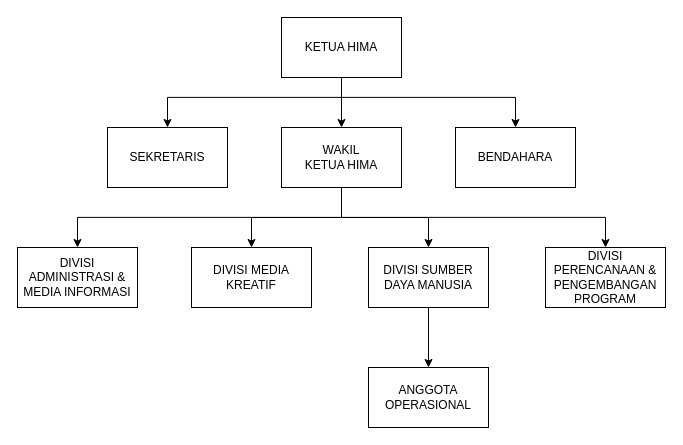
Above: page "STRUKTUR ORGANISASI" (3 of 3) of focus-tree.drawio in himsisfo-unsia/masterplan-2026-2027 (draw.io), before the change. Source tidied: cells renumbered, new cells numbered last; positions are measured from the earlier drawing's top-left corner, leaving out a move shared by most shapes. Both pictures are drawn from the tidied source at 100%, with x=0, y=0 at pixel (17, 17).
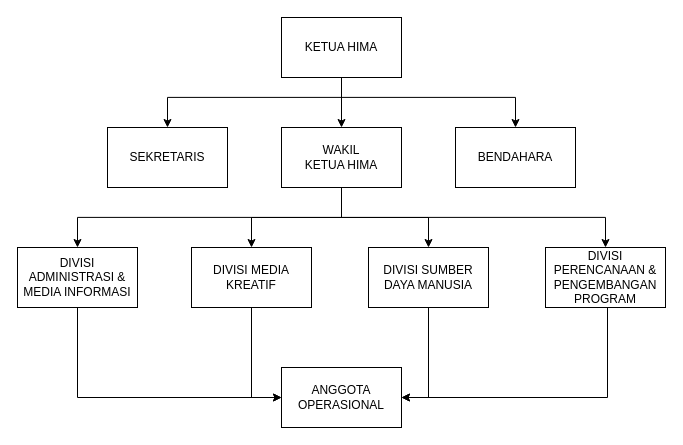
The same diagram, later.

Unchanged cells that the change refers to:
```xml
<mxCell id="13" value="DIVISI PERENCANAAN &amp;amp; PENGEMBANGAN PROGRAM" style="rounded=0;whiteSpace=wrap;html=1;" parent="1" vertex="1">
  <mxGeometry x="528" y="230" width="120" height="60" as="geometry" />
</mxCell>
<mxCell id="14" value="DIVISI MEDIA KREATIF" style="rounded=0;whiteSpace=wrap;html=1;" parent="1" vertex="1">
  <mxGeometry x="174" y="230" width="120" height="60" as="geometry" />
</mxCell>
<mxCell id="15" value="DIVISI ADMINISTRASI &amp;amp; MEDIA INFORMASI" style="rounded=0;whiteSpace=wrap;html=1;" parent="1" vertex="1">
  <mxGeometry y="230" width="120" height="60" as="geometry" />
</mxCell>
<mxCell id="17" value="DIVISI SUMBER DAYA MANUSIA" style="rounded=0;whiteSpace=wrap;html=1;" parent="1" vertex="1">
  <mxGeometry x="351" y="230" width="120" height="60" as="geometry" />
</mxCell>
```

The edit, as a diff of the source:
```diff
@@
+    <mxCell id="19" style="edgeStyle=orthogonalEdgeStyle;rounded=0;jettySize=auto;html=1;entryX=1;entryY=0.5;entryDx=0;entryDy=0;" parent="1" edge="1" source="13" target="18">
+      <mxGeometry relative="1" as="geometry">
+        <Array as="points">
+          <mxPoint x="590" y="380" />
+        </Array>
+      </mxGeometry>
+    </mxCell>
@@
+    <mxCell id="20" style="edgeStyle=orthogonalEdgeStyle;rounded=0;jettySize=auto;html=1;entryX=0;entryY=0.5;entryDx=0;entryDy=0;" parent="1" edge="1" source="14" target="18">
+      <mxGeometry relative="1" as="geometry">
+        <Array as="points">
+          <mxPoint x="234" y="380" />
+        </Array>
+      </mxGeometry>
+    </mxCell>
@@
+    <mxCell id="21" style="edgeStyle=orthogonalEdgeStyle;rounded=0;jettySize=auto;html=1;entryX=0;entryY=0.5;entryDx=0;entryDy=0;" parent="1" edge="1" source="15" target="18">
+      <mxGeometry relative="1" as="geometry">
+        <Array as="points">
+          <mxPoint x="60" y="380" />
+        </Array>
+      </mxGeometry>
+    </mxCell>
@@
     <mxCell id="16" style="edgeStyle=orthogonalEdgeStyle;rounded=0;jettySize=auto;html=1;" parent="1" edge="1" source="17" target="18">
-      <mxGeometry relative="1" as="geometry" />
+      <mxGeometry relative="1" as="geometry">
+        <Array as="points">
+          <mxPoint x="411" y="380" />
+        </Array>
+      </mxGeometry>
     </mxCell>
@@
     <mxCell id="18" value="ANGGOTA&lt;br&gt;OPERASIONAL" style="rounded=0;whiteSpace=wrap;html=1;" parent="1" vertex="1">
-      <mxGeometry x="351" y="350" width="120" height="60" as="geometry" />
+      <mxGeometry x="264" y="350" width="120" height="60" as="geometry" />
     </mxCell>
```
